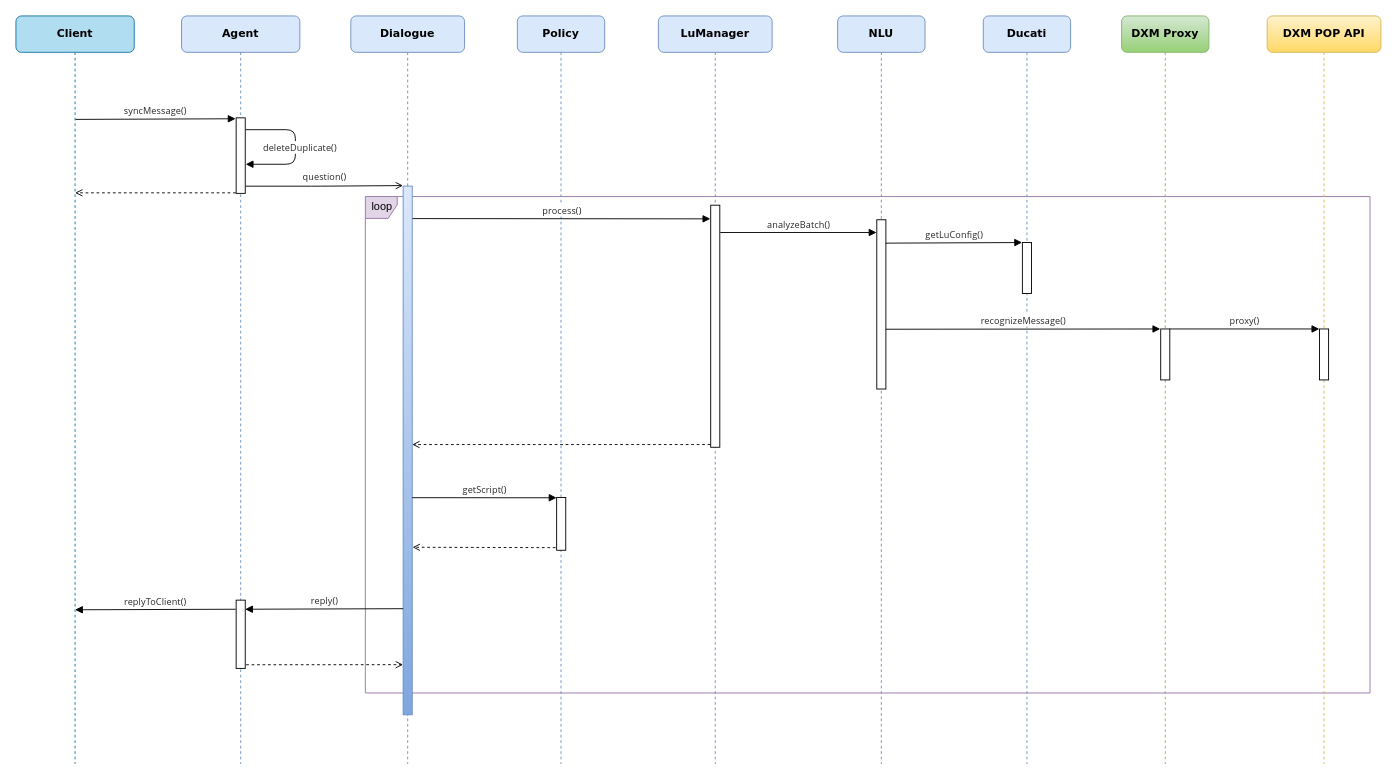
The draw.io diagram leyan/dxm/Sequence Diagram 6.drawio in GeekKwok/UML, before the edit. Source tidied: cells renumbered, new cells numbered last; positions are measured from the earlier drawing's top-left corner, leaving out a move shared by most shapes. Both pictures are drawn from the tidied source at 91%, with x=0, y=0 at pixel (15, 15).
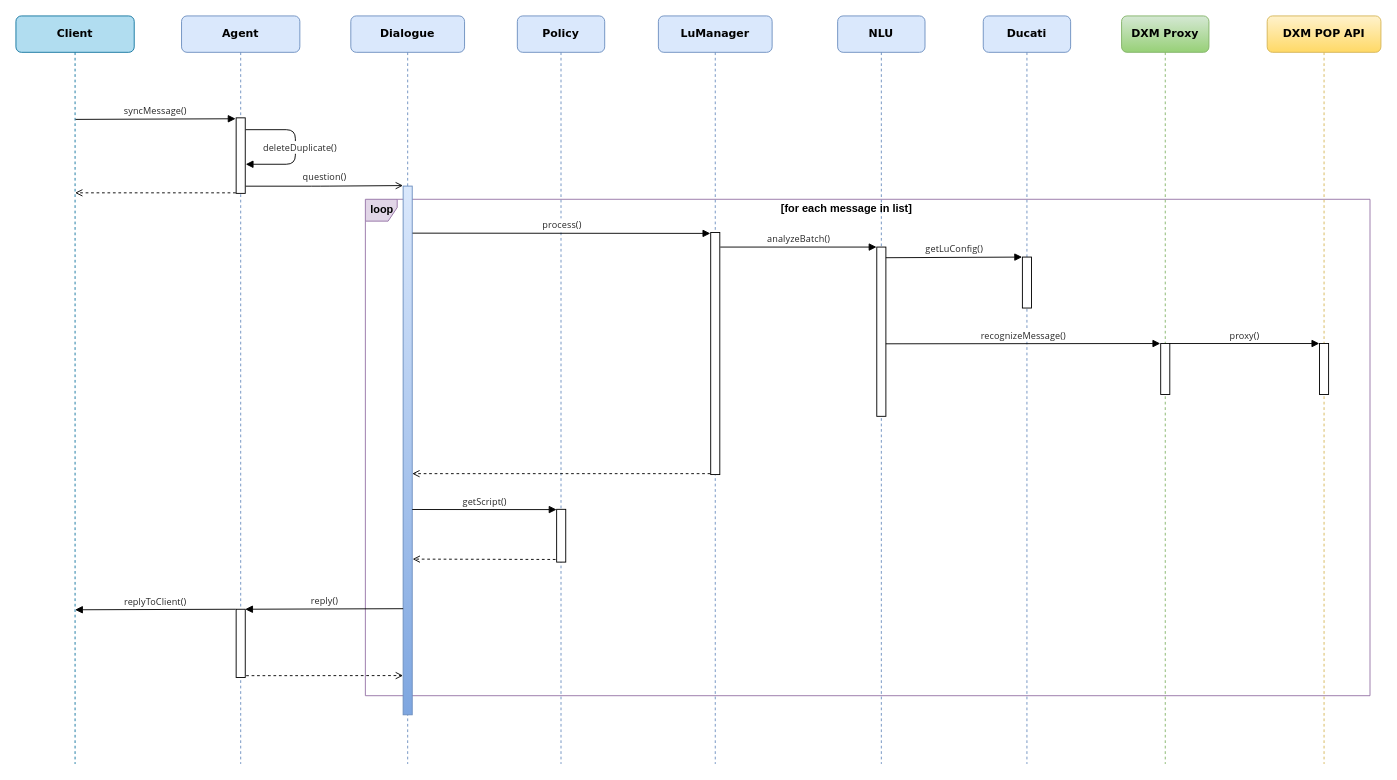
Above is the later version.

The change refers to these unchanged cells:
```xml
<mxCell id="3" value="&lt;b&gt;Ducati&lt;/b&gt;" style="shape=umlLifeline;perimeter=lifelinePerimeter;whiteSpace=wrap;html=1;rounded=1;shadow=0;comic=0;labelBackgroundColor=none;strokeWidth=1;fontFamily=Verdana;fontSize=12;align=center;fillColor=#dae8fc;strokeColor=#6c8ebf;" parent="1" vertex="1">
  <mxGeometry x="1063" width="96" height="822" as="geometry" />
</mxCell>
<mxCell id="6" value="&lt;b&gt;Agent&lt;/b&gt;" style="shape=umlLifeline;perimeter=lifelinePerimeter;whiteSpace=wrap;html=1;rounded=1;shadow=0;comic=0;labelBackgroundColor=none;strokeWidth=1;fontFamily=Verdana;fontSize=12;align=center;fillColor=#dae8fc;strokeColor=#6c8ebf;" parent="1" vertex="1">
  <mxGeometry x="182" width="130" height="822" as="geometry" />
</mxCell>
<mxCell id="10" value="&lt;b&gt;NLU&lt;/b&gt;" style="shape=umlLifeline;perimeter=lifelinePerimeter;whiteSpace=wrap;html=1;rounded=1;shadow=0;comic=0;labelBackgroundColor=none;strokeWidth=1;fontFamily=Verdana;fontSize=12;align=center;fillColor=#dae8fc;strokeColor=#6c8ebf;" parent="1" vertex="1">
  <mxGeometry x="903" width="96" height="822" as="geometry" />
</mxCell>
<mxCell id="14" value="&lt;b&gt;Policy&lt;/b&gt;" style="shape=umlLifeline;perimeter=lifelinePerimeter;whiteSpace=wrap;html=1;rounded=1;shadow=0;comic=0;labelBackgroundColor=none;strokeWidth=1;fontFamily=Verdana;fontSize=12;align=center;fillColor=#dae8fc;strokeColor=#6c8ebf;" parent="1" vertex="1">
  <mxGeometry x="551" width="96" height="822" as="geometry" />
</mxCell>
<mxCell id="16" value="&lt;b&gt;DXM POP API&lt;br&gt;&lt;/b&gt;" style="shape=umlLifeline;perimeter=lifelinePerimeter;whiteSpace=wrap;html=1;rounded=1;shadow=0;comic=0;labelBackgroundColor=none;strokeWidth=1;fontFamily=Verdana;fontSize=12;align=center;fillColor=#fff2cc;strokeColor=#d6b656;gradientColor=#ffd966;" parent="1" vertex="1">
  <mxGeometry x="1375" width="125" height="822" as="geometry" />
</mxCell>
<mxCell id="18" value="&lt;b&gt;LuManager&lt;br&gt;&lt;/b&gt;" style="shape=umlLifeline;perimeter=lifelinePerimeter;whiteSpace=wrap;html=1;rounded=1;shadow=0;comic=0;labelBackgroundColor=none;strokeWidth=1;fontFamily=Verdana;fontSize=12;align=center;fillColor=#dae8fc;strokeColor=#6c8ebf;" parent="1" vertex="1">
  <mxGeometry x="706" width="125" height="822" as="geometry" />
</mxCell>
```

What changed in the source:
```diff
@@
-    <mxCell id="2" value="&lt;font style=&quot;font-size: 12px&quot;&gt;loop&lt;/font&gt;" style="shape=umlFrame;tabWidth=110;tabHeight=30;tabPosition=left;html=1;boundedLbl=1;labelInHeader=1;width=35;height=24;fillColor=#e1d5e7;strokeColor=#9673a6;fontSize=10;" parent="1" vertex="1">
-      <mxGeometry x="384" y="198.5" width="1104" height="545.5" as="geometry" />
+    <mxCell id="2" value="&lt;font style=&quot;font-size: 12px&quot;&gt;&lt;b&gt;loop&lt;/b&gt;&lt;/font&gt;" style="shape=umlFrame;tabWidth=110;tabHeight=30;tabPosition=left;html=1;boundedLbl=1;labelInHeader=1;width=35;height=24;fillColor=#e1d5e7;strokeColor=#9673a6;fontSize=10;" parent="1" vertex="1">
+      <mxGeometry x="384" y="201.5" width="1104" height="545.5" as="geometry" />
     </mxCell>
@@
     <mxCell id="4" style="html=1;perimeter=orthogonalPerimeter;rounded=0;shadow=0;comic=0;labelBackgroundColor=none;strokeWidth=1;fontFamily=Verdana;fontSize=10;align=center;" parent="3" vertex="1">
-      <mxGeometry x="43" y="249" width="10" height="56" as="geometry" />
+      <mxGeometry x="43" y="265" width="10" height="56" as="geometry" />
     </mxCell>
@@
     <mxCell id="8" style="html=1;perimeter=orthogonalPerimeter;rounded=0;shadow=0;comic=0;labelBackgroundColor=none;strokeWidth=1;fontFamily=Verdana;fontSize=10;align=center;" parent="6" vertex="1">
-      <mxGeometry x="60" y="642" width="10" height="75" as="geometry" />
+      <mxGeometry x="60" y="652" width="10" height="75" as="geometry" />
     </mxCell>
     <mxCell id="9" style="html=1;verticalAlign=bottom;labelBackgroundColor=none;endArrow=open;endFill=0;dashed=1;entryX=-0.01;entryY=0.936;entryDx=0;entryDy=0;entryPerimeter=0;fontSize=10;" parent="6" edge="1">
       <mxGeometry relative="1" as="geometry">
-        <mxPoint x="71" y="713" as="sourcePoint" />
-        <mxPoint x="243.4" y="712.9" as="targetPoint" />
+        <mxPoint x="71" y="725" as="sourcePoint" />
+        <mxPoint x="243.4" y="724.9" as="targetPoint" />
       </mxGeometry>
     </mxCell>
@@
     <mxCell id="11" style="html=1;perimeter=orthogonalPerimeter;rounded=0;shadow=0;comic=0;labelBackgroundColor=none;strokeWidth=1;fontFamily=Verdana;fontSize=10;align=center;" parent="10" vertex="1">
-      <mxGeometry x="43" y="224" width="10" height="186" as="geometry" />
+      <mxGeometry x="43" y="254" width="10" height="186" as="geometry" />
     </mxCell>
@@
     <mxCell id="15" style="html=1;points=[];perimeter=orthogonalPerimeter;rounded=0;shadow=0;comic=0;labelBackgroundColor=none;strokeWidth=1;fontFamily=Verdana;fontSize=10;align=center;" parent="14" vertex="1">
-      <mxGeometry x="43.2" y="529.2" width="10" height="58" as="geometry" />
+      <mxGeometry x="43.2" y="542.2" width="10" height="58" as="geometry" />
     </mxCell>
@@
     <mxCell id="17" style="html=1;perimeter=orthogonalPerimeter;rounded=0;shadow=0;comic=0;labelBackgroundColor=none;strokeWidth=1;fontFamily=Verdana;fontSize=10;align=center;" parent="16" vertex="1">
-      <mxGeometry x="57.5" y="344" width="10" height="56" as="geometry" />
+      <mxGeometry x="57.5" y="360" width="10" height="56" as="geometry" />
     </mxCell>
@@
     <mxCell id="19" style="html=1;perimeter=orthogonalPerimeter;rounded=0;shadow=0;comic=0;labelBackgroundColor=none;strokeWidth=1;fontFamily=Verdana;fontSize=10;align=center;" parent="18" vertex="1">
-      <mxGeometry x="57.5" y="208" width="10" height="266" as="geometry" />
+      <mxGeometry x="57.5" y="238" width="10" height="266" as="geometry" />
     </mxCell>
@@
     <mxCell id="24" value="&lt;font color=&quot;#262626&quot; face=&quot;chinese quote, segoe ui, roboto, pingfang sc, hiragino sans gb, microsoft yahei, helvetica neue, helvetica, arial, sans-serif, apple color emoji&quot; style=&quot;font-size: 10px;&quot;&gt;&lt;span style=&quot;font-size: 10px; letter-spacing: 0.12px; background-color: rgb(255, 255, 255);&quot;&gt;process()&lt;/span&gt;&lt;/font&gt;" style="html=1;verticalAlign=bottom;endArrow=block;labelBackgroundColor=none;fontFamily=Verdana;fontSize=10;edgeStyle=elbowEdgeStyle;elbow=vertical;entryX=-0.047;entryY=-0.002;entryDx=0;entryDy=0;entryPerimeter=0;" parent="1" edge="1">
       <mxGeometry relative="1" as="geometry">
-        <mxPoint x="435.8" y="222.7" as="sourcePoint" />
-        <mxPoint x="763.1" y="222.4" as="targetPoint" />
+        <mxPoint x="435.8" y="238.7" as="sourcePoint" />
+        <mxPoint x="763.1" y="238.4" as="targetPoint" />
       </mxGeometry>
     </mxCell>
     <mxCell id="25" value="&lt;font color=&quot;#262626&quot; face=&quot;chinese quote, segoe ui, roboto, pingfang sc, hiragino sans gb, microsoft yahei, helvetica neue, helvetica, arial, sans-serif, apple color emoji&quot; style=&quot;font-size: 10px;&quot;&gt;&lt;span style=&quot;font-size: 10px; letter-spacing: 0.12px; background-color: rgb(255, 255, 255);&quot;&gt;analyzeBatch()&lt;/span&gt;&lt;/font&gt;" style="html=1;verticalAlign=bottom;endArrow=block;labelBackgroundColor=none;fontFamily=Verdana;fontSize=10;edgeStyle=elbowEdgeStyle;elbow=vertical;entryX=-0.026;entryY=-0.004;entryDx=0;entryDy=0;entryPerimeter=0;" parent="1" edge="1">
       <mxGeometry relative="1" as="geometry">
-        <mxPoint x="774" y="238" as="sourcePoint" />
-        <mxPoint x="945.7" y="237.2" as="targetPoint" />
+        <mxPoint x="774" y="254" as="sourcePoint" />
+        <mxPoint x="945.7" y="253.2" as="targetPoint" />
         <Array as="points">
-          <mxPoint x="863" y="238" />
-          <mxPoint x="927" y="239" />
+          <mxPoint x="863" y="254" />
+          <mxPoint x="927" y="255" />
         </Array>
       </mxGeometry>
     </mxCell>
     <mxCell id="26" value="&lt;font color=&quot;#262626&quot; face=&quot;chinese quote, segoe ui, roboto, pingfang sc, hiragino sans gb, microsoft yahei, helvetica neue, helvetica, arial, sans-serif, apple color emoji&quot; style=&quot;font-size: 10px;&quot;&gt;&lt;span style=&quot;font-size: 10px; letter-spacing: 0.12px; background-color: rgb(255, 255, 255);&quot;&gt;getLuConfig()&lt;/span&gt;&lt;/font&gt;" style="html=1;verticalAlign=bottom;endArrow=block;labelBackgroundColor=none;fontFamily=Verdana;fontSize=10;edgeStyle=elbowEdgeStyle;elbow=vertical;entryX=-0.034;entryY=-0.021;entryDx=0;entryDy=0;entryPerimeter=0;" parent="1" edge="1">
       <mxGeometry relative="1" as="geometry">
-        <mxPoint x="956" y="249.7" as="sourcePoint" />
-        <mxPoint x="1105.7" y="248.4" as="targetPoint" />
+        <mxPoint x="956" y="265.7" as="sourcePoint" />
+        <mxPoint x="1105.7" y="264.4" as="targetPoint" />
       </mxGeometry>
     </mxCell>
     <mxCell id="27" value="&lt;font color=&quot;#262626&quot; face=&quot;chinese quote, segoe ui, roboto, pingfang sc, hiragino sans gb, microsoft yahei, helvetica neue, helvetica, arial, sans-serif, apple color emoji&quot; style=&quot;font-size: 10px;&quot;&gt;&lt;span style=&quot;font-size: 10px; letter-spacing: 0.12px; background-color: rgb(255, 255, 255);&quot;&gt;recognizeMessage()&lt;/span&gt;&lt;/font&gt;" style="html=1;verticalAlign=bottom;endArrow=block;labelBackgroundColor=none;fontFamily=Verdana;fontSize=10;edgeStyle=elbowEdgeStyle;elbow=vertical;entryX=-0.046;entryY=0.011;entryDx=0;entryDy=0;entryPerimeter=0;" parent="1" edge="1" target="28">
       <mxGeometry relative="1" as="geometry">
-        <mxPoint x="956" y="344.3" as="sourcePoint" />
+        <mxPoint x="956" y="360.3" as="sourcePoint" />
       </mxGeometry>
     </mxCell>
     <mxCell id="28" style="html=1;points=[];perimeter=orthogonalPerimeter;rounded=0;shadow=0;comic=0;labelBackgroundColor=none;strokeWidth=1;fontFamily=Verdana;fontSize=10;align=center;" parent="1" vertex="1">
-      <mxGeometry x="1258" y="344" width="10" height="56" as="geometry" />
+      <mxGeometry x="1258" y="360" width="10" height="56" as="geometry" />
     </mxCell>
     <mxCell id="29" value="&lt;font color=&quot;#262626&quot; face=&quot;chinese quote, segoe ui, roboto, pingfang sc, hiragino sans gb, microsoft yahei, helvetica neue, helvetica, arial, sans-serif, apple color emoji&quot; style=&quot;font-size: 10px;&quot;&gt;&lt;span style=&quot;font-size: 10px; letter-spacing: 0.12px; background-color: rgb(255, 255, 255);&quot;&gt;proxy()&lt;/span&gt;&lt;/font&gt;" style="html=1;verticalAlign=bottom;endArrow=block;labelBackgroundColor=none;fontFamily=Verdana;fontSize=10;edgeStyle=elbowEdgeStyle;elbow=vertical;entryX=-0.017;entryY=-0.004;entryDx=0;entryDy=0;entryPerimeter=0;exitX=0.984;exitY=0;exitDx=0;exitDy=0;exitPerimeter=0;" parent="1" edge="1" source="28">
       <mxGeometry relative="1" as="geometry">
-        <mxPoint x="1432.3" y="343.8" as="targetPoint" />
+        <mxPoint x="1432.3" y="359.8" as="targetPoint" />
       </mxGeometry>
     </mxCell>
     <mxCell id="30" value="&lt;font color=&quot;#262626&quot; face=&quot;chinese quote, segoe ui, roboto, pingfang sc, hiragino sans gb, microsoft yahei, helvetica neue, helvetica, arial, sans-serif, apple color emoji&quot; style=&quot;font-size: 10px;&quot;&gt;&lt;span style=&quot;font-size: 10px; letter-spacing: 0.12px; background-color: rgb(255, 255, 255);&quot;&gt;getScript()&lt;/span&gt;&lt;/font&gt;" style="html=1;verticalAlign=bottom;endArrow=block;labelBackgroundColor=none;fontFamily=Verdana;fontSize=10;edgeStyle=elbowEdgeStyle;elbow=vertical;entryX=-0.01;entryY=-0.004;entryDx=0;entryDy=0;entryPerimeter=0;exitX=0.978;exitY=0.493;exitDx=0;exitDy=0;exitPerimeter=0;" parent="1" edge="1" target="15">
       <mxGeometry relative="1" as="geometry">
-        <mxPoint x="435.5" y="529.4" as="sourcePoint" />
+        <mxPoint x="435.5" y="542.4" as="sourcePoint" />
         <Array as="points">
-          <mxPoint x="527.4" y="529.5" />
-          <mxPoint x="591.4" y="530.5" />
+          <mxPoint x="527.4" y="542.5" />
+          <mxPoint x="591.4" y="543.5" />
         </Array>
       </mxGeometry>
     </mxCell>
@@
     <mxCell id="34" style="html=1;verticalAlign=bottom;labelBackgroundColor=none;endArrow=open;endFill=0;dashed=1;exitX=-0.046;exitY=0.96;exitDx=0;exitDy=0;exitPerimeter=0;fontSize=10;" parent="1" edge="1">
       <mxGeometry relative="1" as="geometry">
-        <mxPoint x="763.1" y="471" as="sourcePoint" />
-        <mxPoint x="435.5" y="471" as="targetPoint" />
+        <mxPoint x="763.1" y="503" as="sourcePoint" />
+        <mxPoint x="435.5" y="503" as="targetPoint" />
       </mxGeometry>
     </mxCell>
     <mxCell id="35" style="html=1;verticalAlign=bottom;labelBackgroundColor=none;endArrow=open;endFill=0;dashed=1;exitX=-0.122;exitY=0.932;exitDx=0;exitDy=0;exitPerimeter=0;entryX=1.034;entryY=0.787;entryDx=0;entryDy=0;entryPerimeter=0;fontSize=10;" parent="1" edge="1">
       <mxGeometry relative="1" as="geometry">
-        <mxPoint x="593" y="584.3" as="sourcePoint" />
-        <mxPoint x="435.9" y="583.9" as="targetPoint" />
+        <mxPoint x="593" y="597.3" as="sourcePoint" />
+        <mxPoint x="435.9" y="596.9" as="targetPoint" />
       </mxGeometry>
     </mxCell>
+    <mxCell id="36" value="[for each message in list]" style="text;fontSize=12;fontStyle=1;" parent="1" vertex="1">
+      <mxGeometry x="839" y="198" width="152" height="20" as="geometry" />
+    </mxCell>
```
